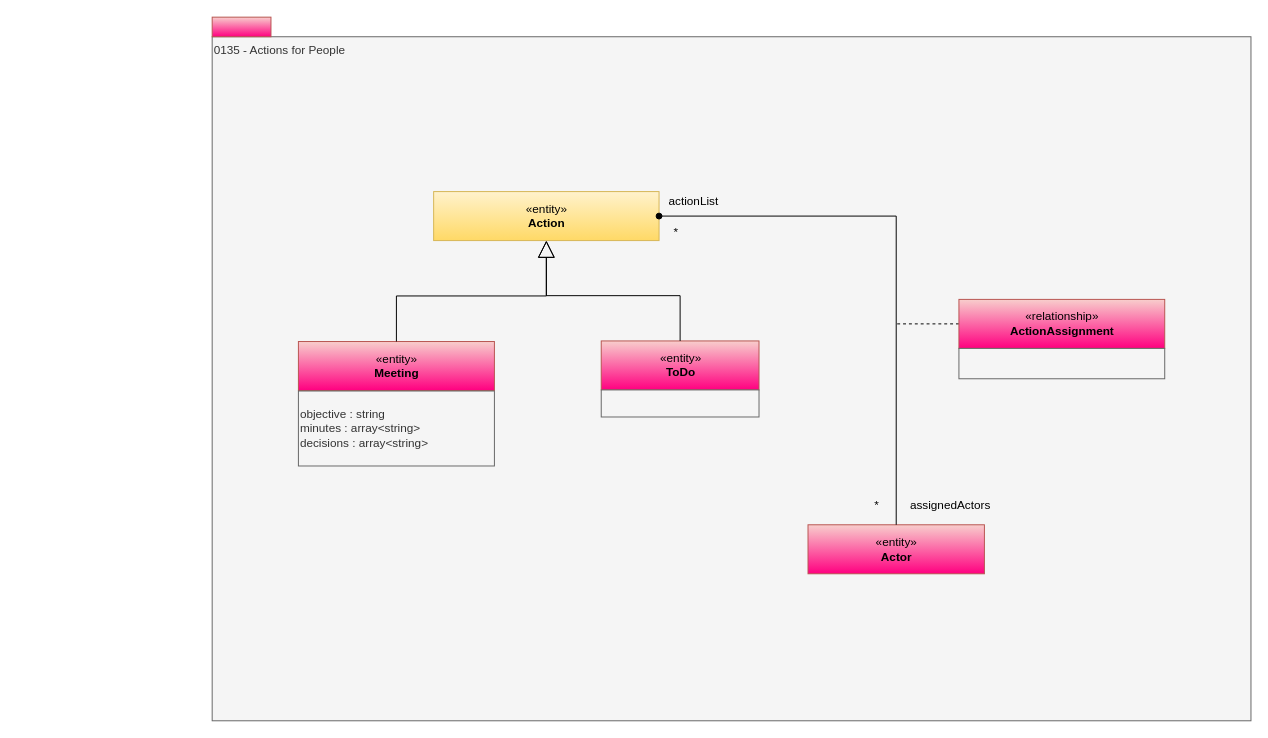
This is page "0135-Actions-For-People" (12 of 16) of site/docs/types/1/area-1-collaboration.drawio from odpi/egeria-docs, a draw.io file, before an edit. Source tidied: cells renumbered, new cells numbered last; positions are measured from the earlier drawing's top-left corner, leaving out a move shared by most shapes. Both pictures are drawn from the tidied source at 98%, with x=0, y=0 at pixel (212, 17).
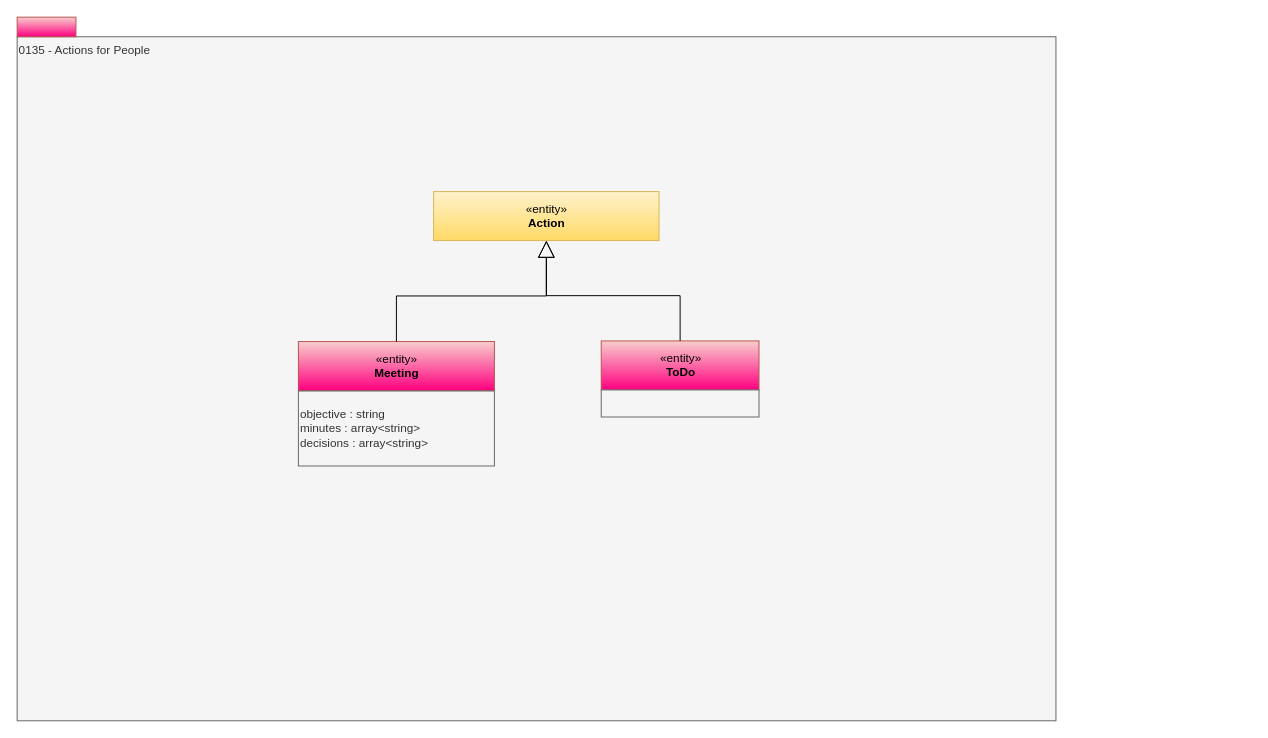
The same page after the edit.

Unchanged cells that the change refers to:
```xml
<mxCell id="6" value="«entity»&lt;br&gt;&lt;b&gt;Action&lt;/b&gt;" style="html=1;strokeColor=#d6b656;align=center;fillColor=#fff2cc;gradientColor=#ffd966;" parent="1" vertex="1">
  <mxGeometry x="226" y="178" width="230" height="50" as="geometry" />
</mxCell>
```

What changed in the source:
```diff
@@
     <mxCell id="2" value="0135 - Actions for People" style="rounded=0;whiteSpace=wrap;html=1;align=left;verticalAlign=top;fillColor=#f5f5f5;fontColor=#333333;strokeColor=#666666;" parent="1" vertex="1">
-      <mxGeometry y="20" width="1060" height="698" as="geometry" />
+      <mxGeometry x="-199" y="20" width="1060" height="698" as="geometry" />
     </mxCell>
@@
     <mxCell id="4" style="html=1;strokeColor=#b85450;align=center;fillColor=#f8cecc;gradientColor=#FF0080;" parent="1" vertex="1">
-      <mxGeometry width="60" height="20" as="geometry" />
+      <mxGeometry x="-199" width="60" height="20" as="geometry" />
     </mxCell>
@@
-    <mxCell id="9" value="«entity»&lt;br&gt;&lt;b&gt;Actor&lt;/b&gt;" style="html=1;strokeColor=#b85450;align=center;fillColor=#f8cecc;gradientColor=#FF0080;" parent="1" vertex="1">
-      <mxGeometry x="608" y="518" width="180" height="50" as="geometry" />
-    </mxCell>
-    <mxCell id="10" style="edgeStyle=orthogonalEdgeStyle;rounded=0;html=1;exitX=0;exitY=0.5;endArrow=none;endFill=0;jettySize=auto;dashed=1;" parent="1" edge="1" source="11">
-      <mxGeometry relative="1" as="geometry">
-        <mxPoint x="698" y="313" as="targetPoint" />
-      </mxGeometry>
-    </mxCell>
-    <mxCell id="11" value="«relationship»&lt;br&gt;&lt;b&gt;ActionAssignment&lt;/b&gt;" style="html=1;strokeColor=#b85450;align=center;fillColor=#f8cecc;gradientColor=#FF0080;" parent="1" vertex="1">
-      <mxGeometry x="762" y="288" width="210" height="50" as="geometry" />
-    </mxCell>
-    <mxCell id="12" style="rounded=0;whiteSpace=wrap;html=1;strokeColor=#666666;align=left;fillColor=#f5f5f5;fontColor=#333333;" parent="1" vertex="1">
-      <mxGeometry x="762" y="338" width="210" height="31" as="geometry" />
-    </mxCell>
-    <mxCell id="13" value="*" style="text;html=1;align=center;verticalAlign=top;spacingTop=-4;" parent="1" vertex="1">
-      <mxGeometry x="463" y="210" width="20" height="20" as="geometry" />
-    </mxCell>
-    <mxCell id="14" value="*" style="text;html=1;align=center;verticalAlign=top;spacingTop=-4;" parent="1" vertex="1">
-      <mxGeometry x="668" y="488" width="20" height="20" as="geometry" />
-    </mxCell>
-    <mxCell id="15" value="actionList" style="text;html=1;align=center;verticalAlign=top;spacingTop=-4;" parent="1" vertex="1">
-      <mxGeometry x="456" y="178" width="70" height="20" as="geometry" />
-    </mxCell>
-    <mxCell id="16" value="assignedActors" style="text;html=1;align=center;verticalAlign=top;spacingTop=-4;" parent="1" vertex="1">
-      <mxGeometry x="698" y="488" width="110" height="20" as="geometry" />
-    </mxCell>
-    <mxCell id="17" style="edgeStyle=orthogonalEdgeStyle;rounded=0;html=1;exitX=1;exitY=0.5;endArrow=none;endFill=0;jettySize=auto;startArrow=oval;startFill=1;exitDx=0;exitDy=0;" parent="1" edge="1" source="6" target="9">
-      <mxGeometry relative="1" as="geometry" />
-    </mxCell>
```
